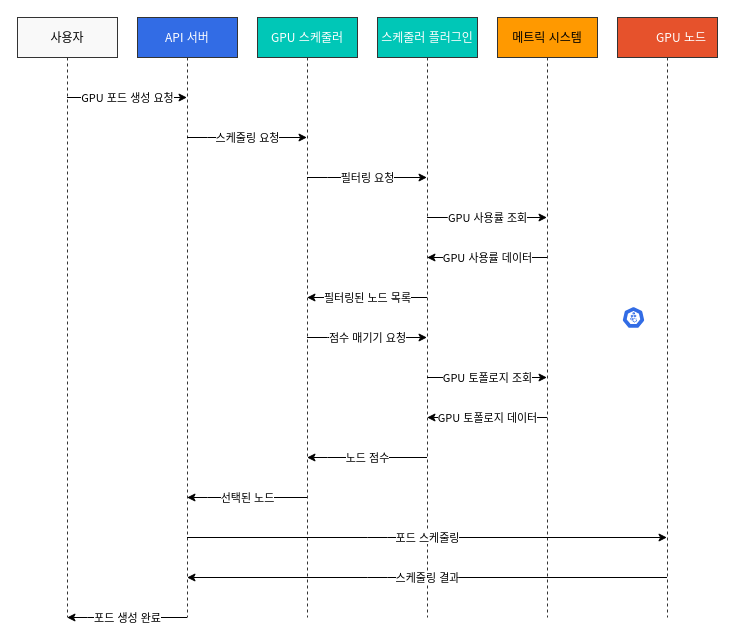
Before: assets/generated-diagrams/gpu_workload_scheduling_workflow.drawio in Atom-oh/kubernetes-docs, a draw.io diagram. Source tidied: cells renumbered, new cells numbered last; positions are measured from the earlier drawing's top-left corner, leaving out a move shared by most shapes. Both pictures are drawn from the tidied source at 100%, with x=0, y=0 at pixel (17, 17).
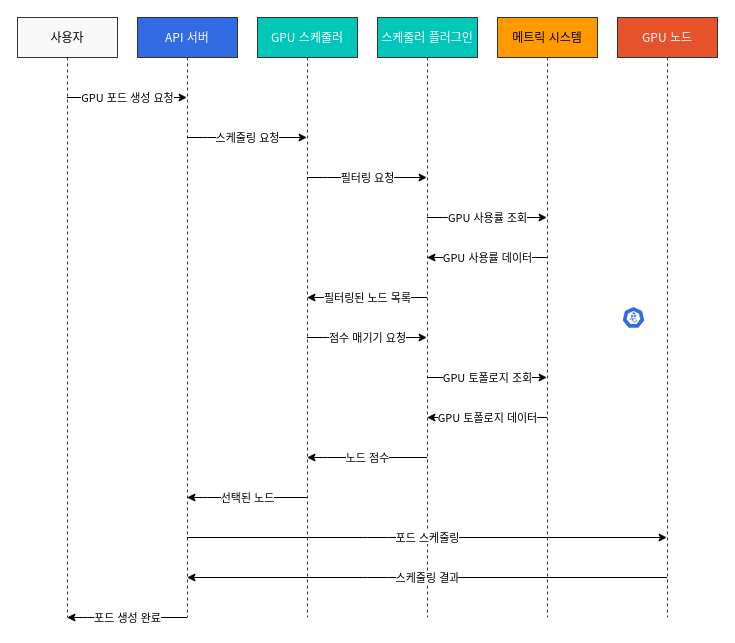
After the change.

What changed in the source:
```diff
@@
-    <mxCell id="7" value="GPU 노드" style="shape=umlLifeline;perimeter=lifelinePerimeter;whiteSpace=wrap;html=1;outlineConnect=0;fillColor=#E6522C;strokeColor=#333333;strokeWidth=1;fontColor=#FFFFFF;fontSize=12;fontFamily=Noto Sans CJK KR;spacingLeft=28;" parent="1" vertex="1">
+    <mxCell id="7" value="GPU 노드" style="shape=umlLifeline;perimeter=lifelinePerimeter;whiteSpace=wrap;html=1;outlineConnect=0;fillColor=#E6522C;strokeColor=#333333;strokeWidth=1;fontColor=#FFFFFF;fontSize=12;fontFamily=Noto Sans CJK KR;" parent="1" vertex="1">
       <mxGeometry x="600" width="100" height="600" as="geometry" />
     </mxCell>
```
